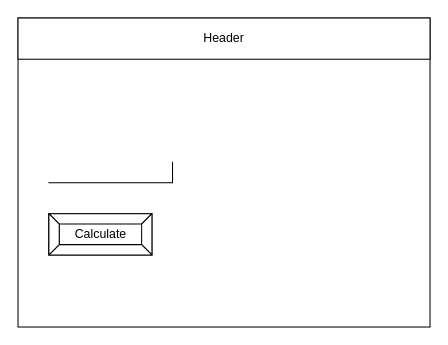
The draw.io diagram design/story-board.drawio in brennan-lee/ICS2O-5-03, before the edit. Source tidied: cells renumbered, new cells numbered last; positions are measured from the earlier drawing's top-left corner, leaving out a move shared by most shapes. Both pictures are drawn from the tidied source at 103%, with x=0, y=0 at pixel (18, 18).
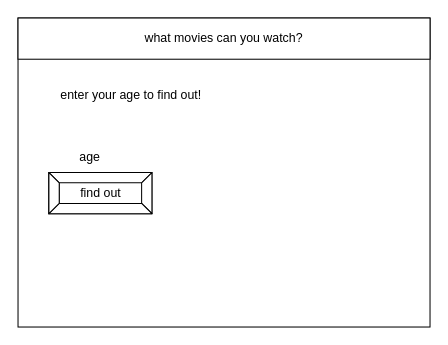
The same page after the edit.

Commit message (it also covers changes not shown here):
flow and story broard

Diff of the diagram source:
```diff
@@
 <mxGraphModel>
   <root>
     <mxCell id="0" />
     <mxCell id="1" parent="0" />
     <mxCell id="2" style="rounded=0;whiteSpace=wrap;html=1;" parent="1" vertex="1">
       <mxGeometry width="400" height="300" as="geometry" />
     </mxCell>
-    <mxCell id="3" value="Header" style="rounded=0;whiteSpace=wrap;html=1;" parent="1" vertex="1">
+    <mxCell id="3" value="what movies can you watch?" style="rounded=0;whiteSpace=wrap;html=1;" parent="1" vertex="1">
       <mxGeometry width="400" height="40" as="geometry" />
     </mxCell>
-    <mxCell id="4" style="shape=partialRectangle;whiteSpace=wrap;html=1;top=0;left=0;fillColor=none;" parent="1" vertex="1">
-      <mxGeometry x="30" y="140" width="120" height="20" as="geometry" />
-    </mxCell>
-    <mxCell id="5" value="Calculate" style="labelPosition=center;verticalLabelPosition=middle;align=center;html=1;shape=mxgraph.basic.button;dx=10;" parent="1" vertex="1">
-      <mxGeometry x="30" y="190" width="100" height="40" as="geometry" />
+    <mxCell id="5" value="find out" style="labelPosition=center;verticalLabelPosition=middle;align=center;html=1;shape=mxgraph.basic.button;dx=10;" parent="1" vertex="1">
+      <mxGeometry x="30" y="150" width="100" height="40" as="geometry" />
     </mxCell>
+    <mxCell id="6" value="enter your age to find out!" style="text;html=1;strokeColor=none;fillColor=none;align=center;verticalAlign=middle;whiteSpace=wrap;rounded=0;" parent="1" vertex="1">
+      <mxGeometry x="20" y="60" width="180" height="30" as="geometry" />
+    </mxCell>
+    <mxCell id="7" value="age" style="text;html=1;strokeColor=none;fillColor=none;align=center;verticalAlign=middle;whiteSpace=wrap;rounded=0;" parent="1" vertex="1">
+      <mxGeometry x="40" y="120" width="60" height="30" as="geometry" />
+    </mxCell>
   </root>
 </mxGraphModel>
```
